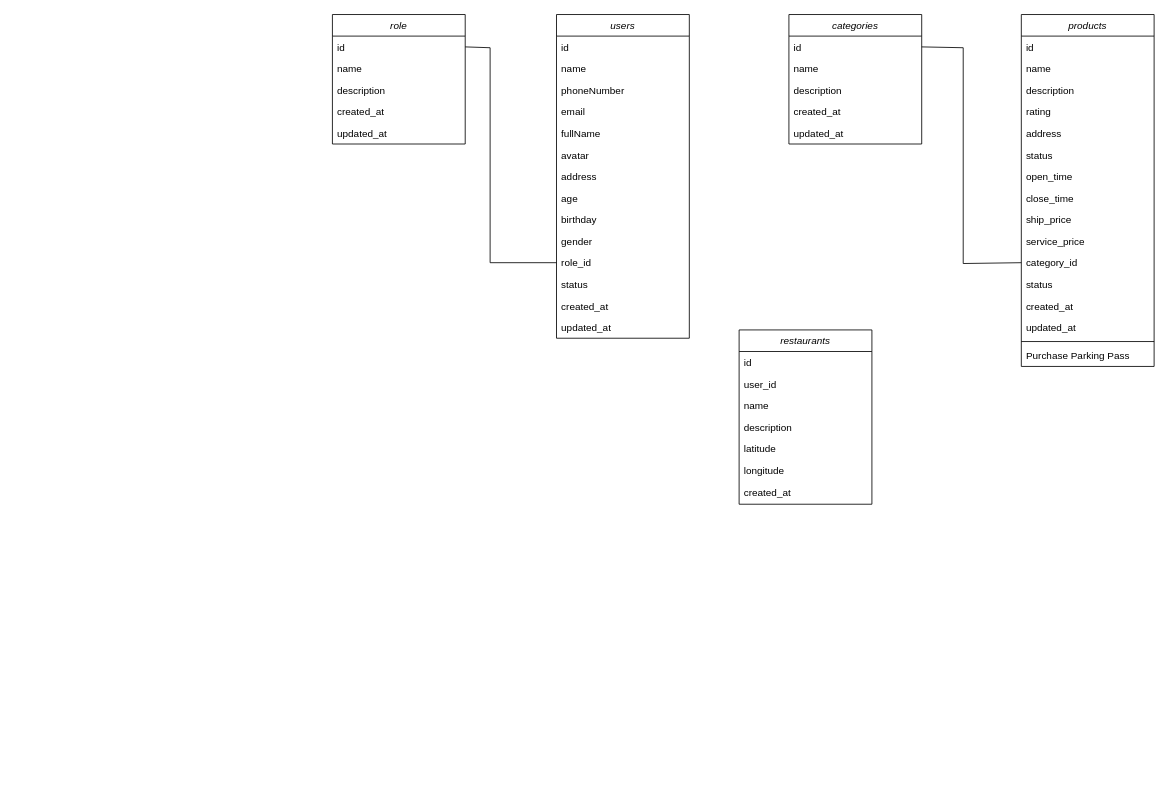
The draw.io diagram DATN.drawio in ntuananhdevs/DATN-DevFoods, before the edit. Source tidied: cells renumbered, new cells numbered last; positions are measured from the earlier drawing's top-left corner, leaving out a move shared by most shapes. Both pictures are drawn from the tidied source at 83%, with x=0, y=0 at pixel (332, 14).
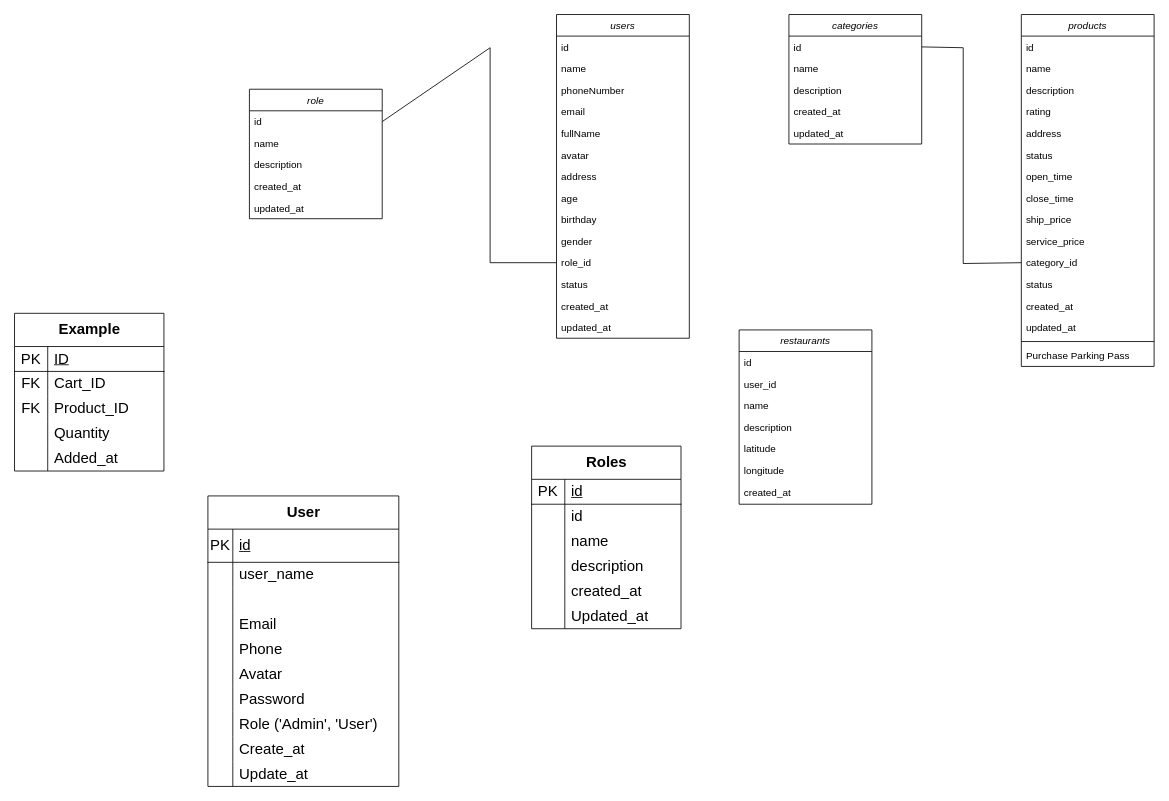
Above is the later version.

Commit message (it also covers changes not shown here):
Cập nhật DATN.drawio

Change to the diagram source:
```diff
@@
     <mxCell id="2" value="role" style="swimlane;fontStyle=2;align=center;verticalAlign=top;horizontal=1;startSize=26;rounded=0;shadow=0;strokeWidth=1;" parent="1" vertex="1">
-      <mxGeometry width="160" height="156" as="geometry" />
+      <mxGeometry x="-100" y="90" width="160" height="156" as="geometry" />
     </mxCell>
@@
+    <mxCell id="56" value="&lt;b&gt;Example&lt;/b&gt;" style="shape=table;startSize=40;childLayout=tableLayout;rowLines=0;fontStyle=0;align=center;html=1;strokeWidth=1;fontSize=18;" parent="1" vertex="1">
+      <mxGeometry x="-383" y="360" width="180" height="190" as="geometry" />
+    </mxCell>
+    <mxCell id="57" style="shape=tableRow;horizontal=0;startSize=0;swimlaneHead=0;swimlaneBody=0;fillColor=none;top=0;left=0;right=0;bottom=1;fontStyle=0;strokeWidth=1;fontSize=18;" parent="56" vertex="1">
+      <mxGeometry y="40" width="180" height="30" as="geometry" />
+    </mxCell>
+    <mxCell id="58" value="PK" style="shape=partialRectangle;fillColor=none;top=0;left=0;bottom=0;right=0;fontStyle=0;overflow=hidden;whiteSpace=wrap;html=1;strokeWidth=1;fontSize=18;" parent="57" vertex="1">
+      <mxGeometry width="40" height="30" as="geometry" />
+    </mxCell>
+    <mxCell id="59" value="ID" style="shape=partialRectangle;fillColor=none;top=0;left=0;bottom=0;right=0;align=left;spacingLeft=6;fontStyle=4;overflow=hidden;whiteSpace=wrap;html=1;strokeWidth=1;fontSize=18;" parent="57" vertex="1">
+      <mxGeometry x="40" width="140" height="30" as="geometry" />
+    </mxCell>
+    <mxCell id="60" style="shape=tableRow;horizontal=0;startSize=0;swimlaneHead=0;swimlaneBody=0;fillColor=none;top=0;left=0;right=0;bottom=0;fontStyle=0;strokeWidth=1;fontSize=18;" parent="56" vertex="1">
+      <mxGeometry y="70" width="180" height="30" as="geometry" />
+    </mxCell>
+    <mxCell id="61" value="FK" style="shape=partialRectangle;fillColor=none;top=0;left=0;bottom=0;right=0;overflow=hidden;whiteSpace=wrap;html=1;fontStyle=0;strokeWidth=1;fontSize=18;" parent="60" vertex="1">
+      <mxGeometry width="40" height="30" as="geometry" />
+    </mxCell>
+    <mxCell id="62" value="Cart_ID" style="shape=partialRectangle;fillColor=none;top=0;left=0;bottom=0;right=0;align=left;spacingLeft=6;overflow=hidden;whiteSpace=wrap;html=1;fontStyle=0;strokeWidth=1;fontSize=18;" parent="60" vertex="1">
+      <mxGeometry x="40" width="140" height="30" as="geometry" />
+    </mxCell>
+    <mxCell id="63" style="shape=tableRow;horizontal=0;startSize=0;swimlaneHead=0;swimlaneBody=0;fillColor=none;top=0;left=0;right=0;bottom=0;fontStyle=0;strokeWidth=1;fontSize=18;" parent="56" vertex="1">
+      <mxGeometry y="100" width="180" height="30" as="geometry" />
+    </mxCell>
+    <mxCell id="64" value="FK" style="shape=partialRectangle;fillColor=none;top=0;left=0;bottom=0;right=0;overflow=hidden;whiteSpace=wrap;html=1;fontStyle=0;strokeWidth=1;fontSize=18;" parent="63" vertex="1">
+      <mxGeometry width="40" height="30" as="geometry" />
+    </mxCell>
+    <mxCell id="65" value="Product_ID" style="shape=partialRectangle;fillColor=none;top=0;left=0;bottom=0;right=0;align=left;spacingLeft=6;overflow=hidden;whiteSpace=wrap;html=1;fontStyle=0;strokeWidth=1;fontSize=18;" parent="63" vertex="1">
+      <mxGeometry x="40" width="140" height="30" as="geometry" />
+    </mxCell>
+    <mxCell id="66" style="shape=tableRow;horizontal=0;startSize=0;swimlaneHead=0;swimlaneBody=0;fillColor=none;top=0;left=0;right=0;bottom=0;fontStyle=0;strokeWidth=1;fontSize=18;" parent="56" vertex="1">
+      <mxGeometry y="130" width="180" height="30" as="geometry" />
+    </mxCell>
+    <mxCell id="67" style="shape=partialRectangle;fillColor=none;top=0;left=0;bottom=0;right=0;overflow=hidden;whiteSpace=wrap;html=1;fontStyle=0;strokeWidth=1;fontSize=18;" parent="66" vertex="1">
+      <mxGeometry width="40" height="30" as="geometry" />
+    </mxCell>
+    <mxCell id="68" value="Quantity" style="shape=partialRectangle;fillColor=none;top=0;left=0;bottom=0;right=0;align=left;spacingLeft=6;overflow=hidden;whiteSpace=wrap;html=1;fontStyle=0;strokeWidth=1;fontSize=18;" parent="66" vertex="1">
+      <mxGeometry x="40" width="140" height="30" as="geometry" />
+    </mxCell>
+    <mxCell id="69" style="shape=tableRow;horizontal=0;startSize=0;swimlaneHead=0;swimlaneBody=0;fillColor=none;top=0;left=0;right=0;bottom=0;fontStyle=0;strokeWidth=1;fontSize=18;" parent="56" vertex="1">
+      <mxGeometry y="160" width="180" height="30" as="geometry" />
+    </mxCell>
+    <mxCell id="70" style="shape=partialRectangle;fillColor=none;top=0;left=0;bottom=0;right=0;overflow=hidden;whiteSpace=wrap;html=1;fontStyle=0;strokeWidth=1;fontSize=18;" parent="69" vertex="1">
+      <mxGeometry width="40" height="30" as="geometry" />
+    </mxCell>
+    <mxCell id="71" value="Added_at" style="shape=partialRectangle;fillColor=none;top=0;left=0;bottom=0;right=0;align=left;spacingLeft=6;overflow=hidden;whiteSpace=wrap;html=1;fontStyle=0;strokeWidth=1;fontSize=18;" parent="69" vertex="1">
+      <mxGeometry x="40" width="140" height="30" as="geometry" />
+    </mxCell>
+    <mxCell id="72" value="&lt;b&gt;User&lt;/b&gt;" style="shape=table;startSize=40;childLayout=tableLayout;rowLines=0;fontStyle=0;align=center;html=1;strokeWidth=1;fontSize=18;" parent="1" vertex="1">
+      <mxGeometry x="-150" y="580" width="230" height="350" as="geometry" />
+    </mxCell>
+    <mxCell id="73" style="shape=tableRow;horizontal=0;startSize=0;swimlaneHead=0;swimlaneBody=0;fillColor=none;top=0;left=0;right=0;bottom=1;fontStyle=0;strokeWidth=1;fontSize=18;" parent="72" vertex="1">
+      <mxGeometry y="40" width="230" height="40" as="geometry" />
+    </mxCell>
+    <mxCell id="74" value="PK" style="shape=partialRectangle;fillColor=none;top=0;left=0;bottom=0;right=0;fontStyle=0;overflow=hidden;whiteSpace=wrap;html=1;strokeWidth=1;fontSize=18;" parent="73" vertex="1">
+      <mxGeometry width="30" height="40" as="geometry" />
+    </mxCell>
+    <mxCell id="75" value="id" style="shape=partialRectangle;fillColor=none;top=0;left=0;bottom=0;right=0;align=left;spacingLeft=6;fontStyle=4;overflow=hidden;whiteSpace=wrap;html=1;strokeWidth=1;fontSize=18;" parent="73" vertex="1">
+      <mxGeometry x="30" width="200" height="40" as="geometry" />
+    </mxCell>
+    <mxCell id="76" style="shape=tableRow;horizontal=0;startSize=0;swimlaneHead=0;swimlaneBody=0;fillColor=none;top=0;left=0;right=0;bottom=0;fontStyle=0;strokeWidth=1;fontSize=18;" parent="72" vertex="1">
+      <mxGeometry y="80" width="230" height="30" as="geometry" />
+    </mxCell>
+    <mxCell id="77" style="shape=partialRectangle;fillColor=none;top=0;left=0;bottom=0;right=0;overflow=hidden;whiteSpace=wrap;html=1;fontStyle=0;strokeWidth=1;fontSize=18;" parent="76" vertex="1">
+      <mxGeometry width="30" height="30" as="geometry" />
+    </mxCell>
+    <mxCell id="78" value="user_name" style="shape=partialRectangle;fillColor=none;top=0;left=0;bottom=0;right=0;align=left;spacingLeft=6;overflow=hidden;whiteSpace=wrap;html=1;fontStyle=0;strokeWidth=1;fontSize=18;" parent="76" vertex="1">
+      <mxGeometry x="30" width="200" height="30" as="geometry" />
+    </mxCell>
+    <mxCell id="79" style="shape=tableRow;horizontal=0;startSize=0;swimlaneHead=0;swimlaneBody=0;fillColor=none;top=0;left=0;right=0;bottom=0;fontStyle=0;strokeWidth=1;fontSize=18;" parent="72" vertex="1">
+      <mxGeometry y="110" width="230" height="30" as="geometry" />
+    </mxCell>
+    <mxCell id="80" style="shape=partialRectangle;fillColor=none;top=0;left=0;bottom=0;right=0;overflow=hidden;whiteSpace=wrap;html=1;fontStyle=0;strokeWidth=1;fontSize=18;" parent="79" vertex="1">
+      <mxGeometry width="30" height="30" as="geometry" />
+    </mxCell>
+    <mxCell id="81" style="shape=partialRectangle;fillColor=none;top=0;left=0;bottom=0;right=0;align=left;spacingLeft=6;overflow=hidden;whiteSpace=wrap;html=1;fontStyle=0;strokeWidth=1;fontSize=18;" parent="79" vertex="1">
+      <mxGeometry x="30" width="200" height="30" as="geometry" />
+    </mxCell>
+    <mxCell id="82" style="shape=tableRow;horizontal=0;startSize=0;swimlaneHead=0;swimlaneBody=0;fillColor=none;top=0;left=0;right=0;bottom=0;fontStyle=0;strokeWidth=1;fontSize=18;" parent="72" vertex="1">
+      <mxGeometry y="140" width="230" height="30" as="geometry" />
+    </mxCell>
+    <mxCell id="83" style="shape=partialRectangle;fillColor=none;top=0;left=0;bottom=0;right=0;overflow=hidden;whiteSpace=wrap;html=1;fontStyle=0;strokeWidth=1;fontSize=18;" parent="82" vertex="1">
+      <mxGeometry width="30" height="30" as="geometry" />
+    </mxCell>
+    <mxCell id="84" value="Email" style="shape=partialRectangle;fillColor=none;top=0;left=0;bottom=0;right=0;align=left;spacingLeft=6;overflow=hidden;whiteSpace=wrap;html=1;fontStyle=0;strokeWidth=1;fontSize=18;" parent="82" vertex="1">
+      <mxGeometry x="30" width="200" height="30" as="geometry" />
+    </mxCell>
+    <mxCell id="85" style="shape=tableRow;horizontal=0;startSize=0;swimlaneHead=0;swimlaneBody=0;fillColor=none;top=0;left=0;right=0;bottom=0;fontStyle=0;strokeWidth=1;fontSize=18;" parent="72" vertex="1">
+      <mxGeometry y="170" width="230" height="30" as="geometry" />
+    </mxCell>
+    <mxCell id="86" style="shape=partialRectangle;fillColor=none;top=0;left=0;bottom=0;right=0;overflow=hidden;whiteSpace=wrap;html=1;fontStyle=0;strokeWidth=1;fontSize=18;" parent="85" vertex="1">
+      <mxGeometry width="30" height="30" as="geometry" />
+    </mxCell>
+    <mxCell id="87" value="Phone" style="shape=partialRectangle;fillColor=none;top=0;left=0;bottom=0;right=0;align=left;spacingLeft=6;overflow=hidden;whiteSpace=wrap;html=1;fontStyle=0;strokeWidth=1;fontSize=18;" parent="85" vertex="1">
+      <mxGeometry x="30" width="200" height="30" as="geometry" />
+    </mxCell>
+    <mxCell id="88" style="shape=tableRow;horizontal=0;startSize=0;swimlaneHead=0;swimlaneBody=0;fillColor=none;top=0;left=0;right=0;bottom=0;fontStyle=0;strokeWidth=1;fontSize=18;" parent="72" vertex="1">
+      <mxGeometry y="200" width="230" height="30" as="geometry" />
+    </mxCell>
+    <mxCell id="89" style="shape=partialRectangle;fillColor=none;top=0;left=0;bottom=0;right=0;overflow=hidden;whiteSpace=wrap;html=1;fontStyle=0;strokeWidth=1;fontSize=18;" parent="88" vertex="1">
+      <mxGeometry width="30" height="30" as="geometry" />
+    </mxCell>
+    <mxCell id="90" value="Avatar" style="shape=partialRectangle;fillColor=none;top=0;left=0;bottom=0;right=0;align=left;spacingLeft=6;overflow=hidden;whiteSpace=wrap;html=1;fontStyle=0;strokeWidth=1;fontSize=18;" parent="88" vertex="1">
+      <mxGeometry x="30" width="200" height="30" as="geometry" />
+    </mxCell>
+    <mxCell id="91" style="shape=tableRow;horizontal=0;startSize=0;swimlaneHead=0;swimlaneBody=0;fillColor=none;top=0;left=0;right=0;bottom=0;fontStyle=0;strokeWidth=1;fontSize=18;" parent="72" vertex="1">
+      <mxGeometry y="230" width="230" height="30" as="geometry" />
+    </mxCell>
+    <mxCell id="92" style="shape=partialRectangle;fillColor=none;top=0;left=0;bottom=0;right=0;overflow=hidden;whiteSpace=wrap;html=1;fontStyle=0;strokeWidth=1;fontSize=18;" parent="91" vertex="1">
+      <mxGeometry width="30" height="30" as="geometry" />
+    </mxCell>
+    <mxCell id="93" value="Password" style="shape=partialRectangle;fillColor=none;top=0;left=0;bottom=0;right=0;align=left;spacingLeft=6;overflow=hidden;whiteSpace=wrap;html=1;fontStyle=0;strokeWidth=1;fontSize=18;" parent="91" vertex="1">
+      <mxGeometry x="30" width="200" height="30" as="geometry" />
+    </mxCell>
+    <mxCell id="94" style="shape=tableRow;horizontal=0;startSize=0;swimlaneHead=0;swimlaneBody=0;fillColor=none;top=0;left=0;right=0;bottom=0;fontStyle=0;strokeWidth=1;fontSize=18;" parent="72" vertex="1">
+      <mxGeometry y="260" width="230" height="30" as="geometry" />
+    </mxCell>
+    <mxCell id="95" style="shape=partialRectangle;fillColor=none;top=0;left=0;bottom=0;right=0;overflow=hidden;whiteSpace=wrap;html=1;fontStyle=0;strokeWidth=1;fontSize=18;" parent="94" vertex="1">
+      <mxGeometry width="30" height="30" as="geometry" />
+    </mxCell>
+    <mxCell id="96" value="Role ('Admin', 'User')" style="shape=partialRectangle;fillColor=none;top=0;left=0;bottom=0;right=0;align=left;spacingLeft=6;overflow=hidden;whiteSpace=wrap;html=1;fontStyle=0;strokeWidth=1;fontSize=18;" parent="94" vertex="1">
+      <mxGeometry x="30" width="200" height="30" as="geometry" />
+    </mxCell>
+    <mxCell id="97" style="shape=tableRow;horizontal=0;startSize=0;swimlaneHead=0;swimlaneBody=0;fillColor=none;top=0;left=0;right=0;bottom=0;fontStyle=0;strokeWidth=1;fontSize=18;" parent="72" vertex="1">
+      <mxGeometry y="290" width="230" height="30" as="geometry" />
+    </mxCell>
+    <mxCell id="98" style="shape=partialRectangle;fillColor=none;top=0;left=0;bottom=0;right=0;overflow=hidden;whiteSpace=wrap;html=1;fontStyle=0;strokeWidth=1;fontSize=18;" parent="97" vertex="1">
+      <mxGeometry width="30" height="30" as="geometry" />
+    </mxCell>
+    <mxCell id="99" value="Create_at" style="shape=partialRectangle;fillColor=none;top=0;left=0;bottom=0;right=0;align=left;spacingLeft=6;overflow=hidden;whiteSpace=wrap;html=1;fontStyle=0;strokeWidth=1;fontSize=18;" parent="97" vertex="1">
+      <mxGeometry x="30" width="200" height="30" as="geometry" />
+    </mxCell>
+    <mxCell id="100" style="shape=tableRow;horizontal=0;startSize=0;swimlaneHead=0;swimlaneBody=0;fillColor=none;top=0;left=0;right=0;bottom=0;fontStyle=0;strokeWidth=1;fontSize=18;" parent="72" vertex="1">
+      <mxGeometry y="320" width="230" height="30" as="geometry" />
+    </mxCell>
+    <mxCell id="101" style="shape=partialRectangle;fillColor=none;top=0;left=0;bottom=0;right=0;overflow=hidden;whiteSpace=wrap;html=1;fontStyle=0;strokeWidth=1;fontSize=18;" parent="100" vertex="1">
+      <mxGeometry width="30" height="30" as="geometry" />
+    </mxCell>
+    <mxCell id="102" value="Update_at" style="shape=partialRectangle;fillColor=none;top=0;left=0;bottom=0;right=0;align=left;spacingLeft=6;overflow=hidden;whiteSpace=wrap;html=1;fontStyle=0;strokeWidth=1;fontSize=18;" parent="100" vertex="1">
+      <mxGeometry x="30" width="200" height="30" as="geometry" />
+    </mxCell>
+    <mxCell id="103" value="&lt;b&gt;Roles&lt;/b&gt;" style="shape=table;startSize=40;childLayout=tableLayout;rowLines=0;fontStyle=0;align=center;html=1;strokeWidth=1;fontSize=18;" parent="1" vertex="1">
+      <mxGeometry x="240" y="520" width="180" height="220" as="geometry" />
+    </mxCell>
+    <mxCell id="104" style="shape=tableRow;horizontal=0;startSize=0;swimlaneHead=0;swimlaneBody=0;fillColor=none;top=0;left=0;right=0;bottom=1;fontStyle=0;strokeWidth=1;fontSize=18;" parent="103" vertex="1">
+      <mxGeometry y="40" width="180" height="30" as="geometry" />
+    </mxCell>
+    <mxCell id="105" value="PK" style="shape=partialRectangle;fillColor=none;top=0;left=0;bottom=0;right=0;fontStyle=0;overflow=hidden;whiteSpace=wrap;html=1;strokeWidth=1;fontSize=18;" parent="104" vertex="1">
+      <mxGeometry width="40" height="30" as="geometry" />
+    </mxCell>
+    <mxCell id="106" value="id" style="shape=partialRectangle;fillColor=none;top=0;left=0;bottom=0;right=0;align=left;spacingLeft=6;fontStyle=4;overflow=hidden;whiteSpace=wrap;html=1;strokeWidth=1;fontSize=18;" parent="104" vertex="1">
+      <mxGeometry x="40" width="140" height="30" as="geometry" />
+    </mxCell>
+    <mxCell id="107" style="shape=tableRow;horizontal=0;startSize=0;swimlaneHead=0;swimlaneBody=0;fillColor=none;top=0;left=0;right=0;bottom=0;fontStyle=0;strokeWidth=1;fontSize=18;" parent="103" vertex="1">
+      <mxGeometry y="70" width="180" height="30" as="geometry" />
+    </mxCell>
+    <mxCell id="108" style="shape=partialRectangle;fillColor=none;top=0;left=0;bottom=0;right=0;overflow=hidden;whiteSpace=wrap;html=1;fontStyle=0;strokeWidth=1;fontSize=18;" parent="107" vertex="1">
+      <mxGeometry width="40" height="30" as="geometry" />
+    </mxCell>
+    <mxCell id="109" value="id" style="shape=partialRectangle;fillColor=none;top=0;left=0;bottom=0;right=0;align=left;spacingLeft=6;overflow=hidden;whiteSpace=wrap;html=1;fontStyle=0;strokeWidth=1;fontSize=18;" parent="107" vertex="1">
+      <mxGeometry x="40" width="140" height="30" as="geometry" />
+    </mxCell>
+    <mxCell id="110" style="shape=tableRow;horizontal=0;startSize=0;swimlaneHead=0;swimlaneBody=0;fillColor=none;top=0;left=0;right=0;bottom=0;fontStyle=0;strokeWidth=1;fontSize=18;" parent="103" vertex="1">
+      <mxGeometry y="100" width="180" height="30" as="geometry" />
+    </mxCell>
+    <mxCell id="111" style="shape=partialRectangle;fillColor=none;top=0;left=0;bottom=0;right=0;overflow=hidden;whiteSpace=wrap;html=1;fontStyle=0;strokeWidth=1;fontSize=18;" parent="110" vertex="1">
+      <mxGeometry width="40" height="30" as="geometry" />
+    </mxCell>
+    <mxCell id="112" value="name" style="shape=partialRectangle;fillColor=none;top=0;left=0;bottom=0;right=0;align=left;spacingLeft=6;overflow=hidden;whiteSpace=wrap;html=1;fontStyle=0;strokeWidth=1;fontSize=18;" parent="110" vertex="1">
+      <mxGeometry x="40" width="140" height="30" as="geometry" />
+    </mxCell>
+    <mxCell id="113" style="shape=tableRow;horizontal=0;startSize=0;swimlaneHead=0;swimlaneBody=0;fillColor=none;top=0;left=0;right=0;bottom=0;fontStyle=0;strokeWidth=1;fontSize=18;" parent="103" vertex="1">
+      <mxGeometry y="130" width="180" height="30" as="geometry" />
+    </mxCell>
+    <mxCell id="114" style="shape=partialRectangle;fillColor=none;top=0;left=0;bottom=0;right=0;overflow=hidden;whiteSpace=wrap;html=1;fontStyle=0;strokeWidth=1;fontSize=18;" parent="113" vertex="1">
+      <mxGeometry width="40" height="30" as="geometry" />
+    </mxCell>
+    <mxCell id="115" value="description" style="shape=partialRectangle;fillColor=none;top=0;left=0;bottom=0;right=0;align=left;spacingLeft=6;overflow=hidden;whiteSpace=wrap;html=1;fontStyle=0;strokeWidth=1;fontSize=18;" parent="113" vertex="1">
+      <mxGeometry x="40" width="140" height="30" as="geometry" />
+    </mxCell>
+    <mxCell id="116" style="shape=tableRow;horizontal=0;startSize=0;swimlaneHead=0;swimlaneBody=0;fillColor=none;top=0;left=0;right=0;bottom=0;fontStyle=0;strokeWidth=1;fontSize=18;" parent="103" vertex="1">
+      <mxGeometry y="160" width="180" height="30" as="geometry" />
+    </mxCell>
+    <mxCell id="117" style="shape=partialRectangle;fillColor=none;top=0;left=0;bottom=0;right=0;overflow=hidden;whiteSpace=wrap;html=1;fontStyle=0;strokeWidth=1;fontSize=18;" parent="116" vertex="1">
+      <mxGeometry width="40" height="30" as="geometry" />
+    </mxCell>
+    <mxCell id="118" value="&lt;span style=&quot;text-wrap-mode: nowrap;&quot;&gt;&lt;font&gt;created_at&lt;/font&gt;&lt;/span&gt;" style="shape=partialRectangle;fillColor=none;top=0;left=0;bottom=0;right=0;align=left;spacingLeft=6;overflow=hidden;whiteSpace=wrap;html=1;fontStyle=0;strokeWidth=1;fontSize=18;" parent="116" vertex="1">
+      <mxGeometry x="40" width="140" height="30" as="geometry" />
+    </mxCell>
+    <mxCell id="119" style="shape=tableRow;horizontal=0;startSize=0;swimlaneHead=0;swimlaneBody=0;fillColor=none;top=0;left=0;right=0;bottom=0;fontStyle=0;strokeWidth=1;fontSize=18;" parent="103" vertex="1">
+      <mxGeometry y="190" width="180" height="30" as="geometry" />
+    </mxCell>
+    <mxCell id="120" style="shape=partialRectangle;fillColor=none;top=0;left=0;bottom=0;right=0;overflow=hidden;whiteSpace=wrap;html=1;fontStyle=0;strokeWidth=1;fontSize=18;" parent="119" vertex="1">
+      <mxGeometry width="40" height="30" as="geometry" />
+    </mxCell>
+    <mxCell id="121" value="Updated_at" style="shape=partialRectangle;fillColor=none;top=0;left=0;bottom=0;right=0;align=left;spacingLeft=6;overflow=hidden;whiteSpace=wrap;html=1;fontStyle=0;strokeWidth=1;fontSize=18;" parent="119" vertex="1">
+      <mxGeometry x="40" width="140" height="30" as="geometry" />
+    </mxCell>
```
